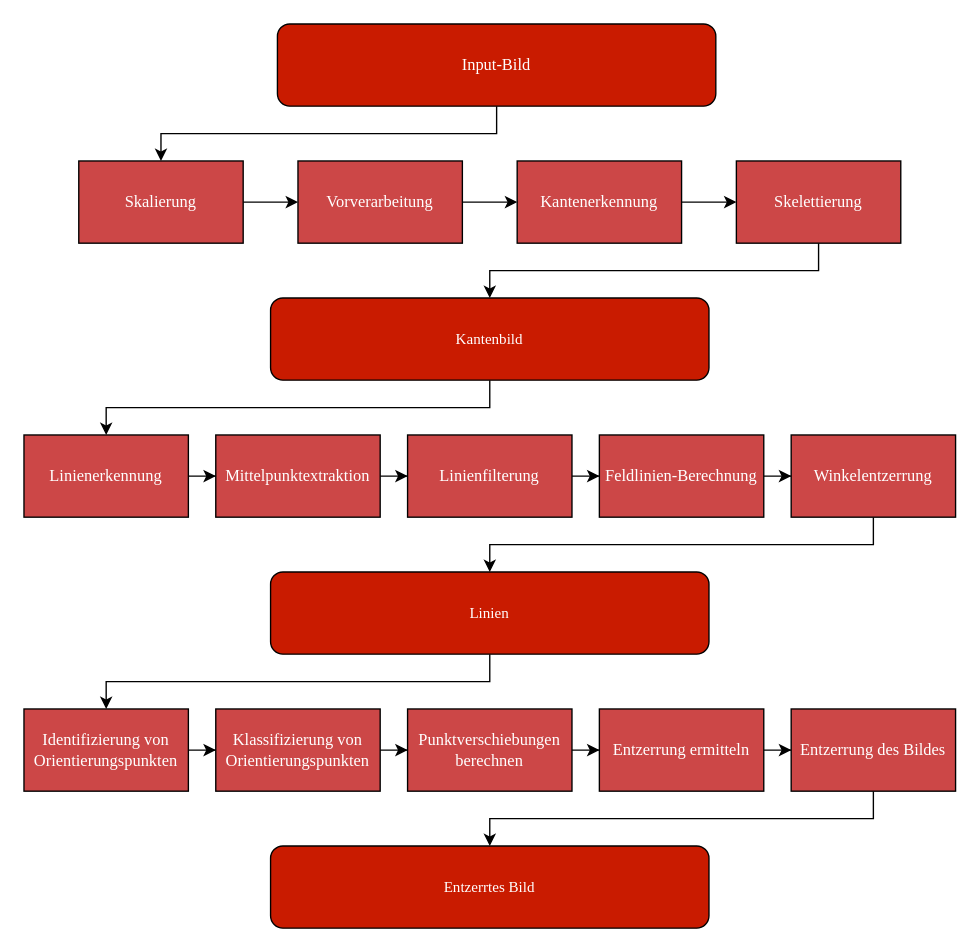
The draw.io diagram writing/work/imgs/cv/cv_pipeline.drawio in JuuuF/masterarbeit, before the edit. Source tidied: cells renumbered, new cells numbered last; positions are measured from the earlier drawing's top-left corner, leaving out a move shared by most shapes. Both pictures are drawn from the tidied source at 137%, with x=0, y=0 at pixel (23, 23).
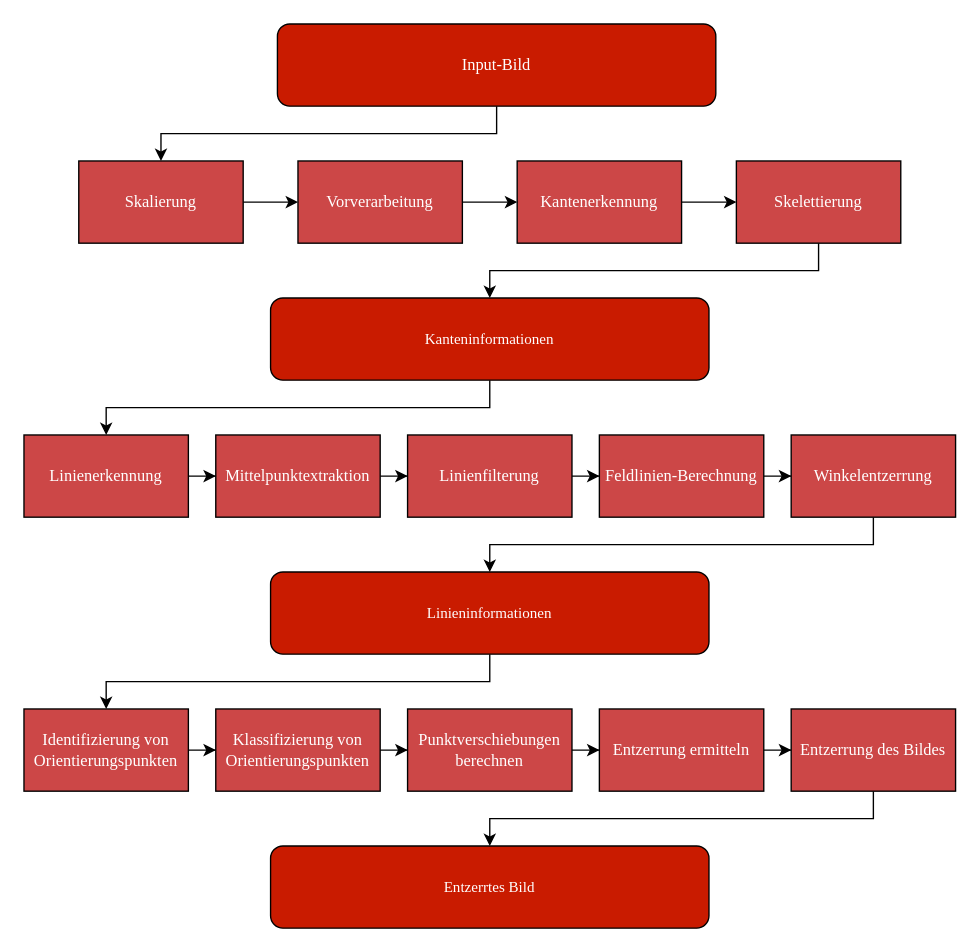
After the change.

Change to the diagram source:
```diff
@@
-    <mxCell id="9" value="&lt;font style=&quot;font-size: 11px;&quot;&gt;Kantenbild&lt;/font&gt;" style="rounded=1;whiteSpace=wrap;html=1;fillColor=light-dark(#C91B00,#75AAD4);fontColor=#ffffff;strokeColor=#000000;fontFamily=Garamond;" parent="1" vertex="1">
+    <mxCell id="9" value="&lt;font style=&quot;font-size: 11px;&quot;&gt;Kanteninformationen&lt;/font&gt;" style="rounded=1;whiteSpace=wrap;html=1;fillColor=light-dark(#C91B00,#75AAD4);fontColor=#ffffff;strokeColor=#000000;fontFamily=Garamond;" parent="1" vertex="1">
       <mxGeometry x="180" y="200" width="320" height="60" as="geometry" />
     </mxCell>
@@
-    <mxCell id="13" value="&lt;span style=&quot;font-size: 11px;&quot;&gt;Linien&lt;/span&gt;" style="rounded=1;whiteSpace=wrap;html=1;fillColor=light-dark(#C91B00,#75AAD4);fontColor=#ffffff;strokeColor=#000000;fontFamily=Garamond;" parent="1" vertex="1">
+    <mxCell id="13" value="&lt;span style=&quot;font-size: 11px;&quot;&gt;Linieninformationen&lt;/span&gt;" style="rounded=1;whiteSpace=wrap;html=1;fillColor=light-dark(#C91B00,#75AAD4);fontColor=#ffffff;strokeColor=#000000;fontFamily=Garamond;" parent="1" vertex="1">
       <mxGeometry x="180" y="400" width="320" height="60" as="geometry" />
     </mxCell>
```
